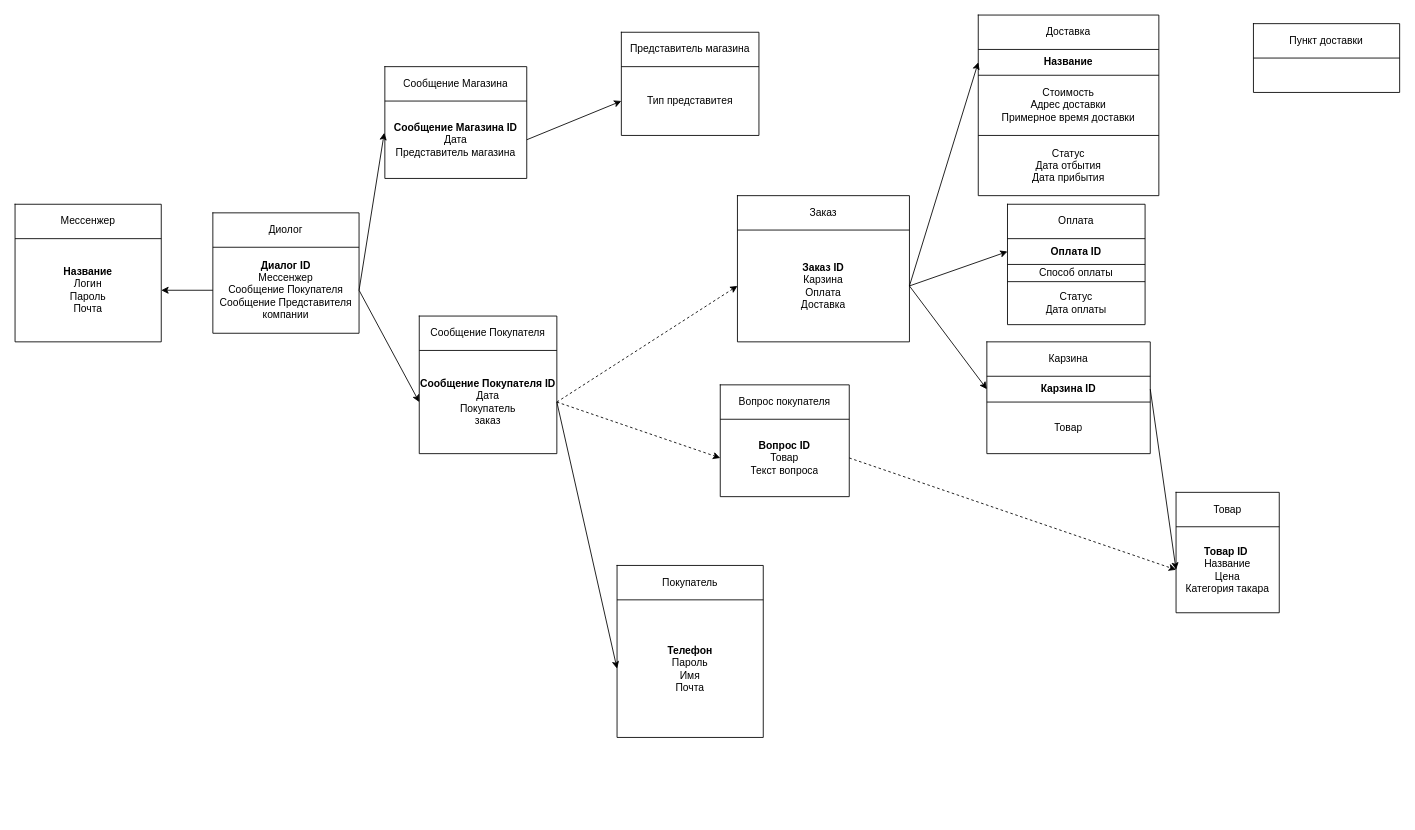
Above: Untitled Diagram.drawio in HegelPro/db-diagram (draw.io), before the change. Source tidied: cells renumbered, new cells numbered last; positions are measured from the earlier drawing's top-left corner, leaving out a move shared by most shapes. Both pictures are drawn from the tidied source at 86%, with x=0, y=0 at pixel (15, 15).
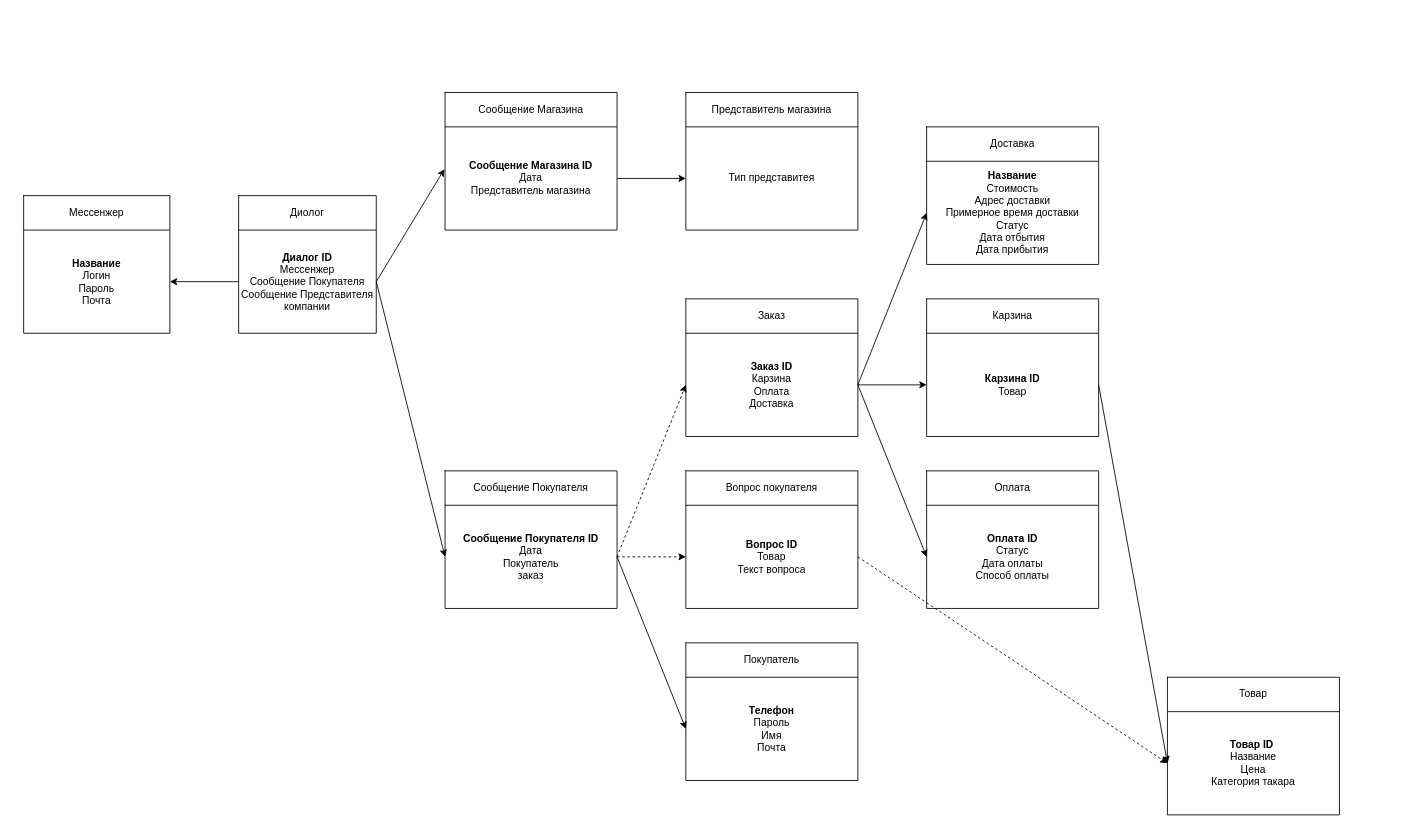
Above is the later version.

Change to the diagram source:
```diff
@@
     <mxCell id="3" style="shape=table;html=1;whiteSpace=wrap;startSize=0;childLayout=tableLayout;swimlaneFillColor=none;" parent="1" vertex="1">
-      <mxGeometry x="700" y="640" width="170" height="200" as="geometry" />
+      <mxGeometry x="780" y="730" width="200" height="160" as="geometry" />
     </mxCell>
     <mxCell id="4" style="shape=partialRectangle;html=1;whiteSpace=wrap;fillColor=none;top=0;left=0;bottom=0;right=0;" parent="3" vertex="1">
-      <mxGeometry width="170" height="40" as="geometry" />
+      <mxGeometry width="200" height="40" as="geometry" />
     </mxCell>
     <mxCell id="5" value="Покупатель" style="shape=partialRectangle;html=1;whiteSpace=wrap;overflow=hidden;fillColor=none;top=0;left=0;bottom=0;right=0;" parent="4" vertex="1">
-      <mxGeometry width="170" height="40" as="geometry" />
+      <mxGeometry width="200" height="40" as="geometry" />
     </mxCell>
     <mxCell id="6" style="shape=partialRectangle;html=1;whiteSpace=wrap;fillColor=none;top=0;left=0;bottom=0;right=0;points=[[0,0.5],[1,0.5]];portConstraint=eastwest;" parent="3" vertex="1">
-      <mxGeometry y="40" width="170" height="160" as="geometry" />
+      <mxGeometry y="40" width="200" height="120" as="geometry" />
     </mxCell>
     <mxCell id="7" value="&lt;span&gt;&lt;b&gt;Телефон&lt;/b&gt;&lt;br&gt;Пароль&lt;br&gt;Имя&lt;br&gt;Почта&lt;/span&gt;" style="shape=partialRectangle;html=1;whiteSpace=wrap;overflow=hidden;fillColor=none;top=0;left=0;bottom=0;right=0;" parent="6" vertex="1">
-      <mxGeometry width="170" height="160" as="geometry" />
+      <mxGeometry width="200" height="120" as="geometry" />
     </mxCell>
     <mxCell id="8" style="shape=table;html=1;whiteSpace=wrap;startSize=0;childLayout=tableLayout;" parent="1" vertex="1">
-      <mxGeometry x="470" y="350" width="160" height="160" as="geometry" />
+      <mxGeometry x="500" y="530" width="200" height="160" as="geometry" />
     </mxCell>
     <mxCell id="9" style="shape=partialRectangle;html=1;whiteSpace=wrap;fillColor=none;top=0;left=0;bottom=0;right=0;" parent="8" vertex="1">
-      <mxGeometry width="160" height="40" as="geometry" />
+      <mxGeometry width="200" height="40" as="geometry" />
     </mxCell>
     <mxCell id="10" value="Сообщение Покупателя" style="shape=partialRectangle;html=1;whiteSpace=wrap;overflow=hidden;fillColor=none;top=0;left=0;bottom=0;right=0;" parent="9" vertex="1">
-      <mxGeometry width="160" height="40" as="geometry" />
+      <mxGeometry width="200" height="40" as="geometry" />
     </mxCell>
     <mxCell id="11" style="shape=partialRectangle;html=1;whiteSpace=wrap;fillColor=none;top=0;left=0;bottom=0;right=0;points=[[0,0.5],[1,0.5]];portConstraint=eastwest;" parent="8" vertex="1">
-      <mxGeometry y="40" width="160" height="120" as="geometry" />
+      <mxGeometry y="40" width="200" height="120" as="geometry" />
     </mxCell>
     <mxCell id="12" value="&lt;b&gt;Сообщение Покупателя ID&lt;/b&gt;&lt;br&gt;Дата&lt;br&gt;Покупатель&lt;br&gt;заказ" style="shape=partialRectangle;html=1;whiteSpace=wrap;overflow=hidden;fillColor=none;top=0;left=0;bottom=0;right=0;" parent="11" vertex="1">
-      <mxGeometry width="160" height="120" as="geometry" />
+      <mxGeometry width="200" height="120" as="geometry" />
     </mxCell>
     <mxCell id="13" style="shape=table;html=1;whiteSpace=wrap;startSize=0;childLayout=tableLayout;" parent="1" vertex="1">
-      <mxGeometry x="230" y="230" width="170" height="140" as="geometry" />
+      <mxGeometry x="260" y="210" width="160" height="160" as="geometry" />
     </mxCell>
     <mxCell id="14" style="shape=partialRectangle;html=1;whiteSpace=wrap;fillColor=none;top=0;left=0;bottom=0;right=0;" parent="13" vertex="1">
-      <mxGeometry width="170" height="40" as="geometry" />
+      <mxGeometry width="160" height="40" as="geometry" />
     </mxCell>
     <mxCell id="15" value="Диолог" style="shape=partialRectangle;html=1;whiteSpace=wrap;overflow=hidden;fillColor=none;top=0;left=0;bottom=0;right=0;" parent="14" vertex="1">
-      <mxGeometry width="170" height="40" as="geometry" />
+      <mxGeometry width="160" height="40" as="geometry" />
     </mxCell>
     <mxCell id="16" style="shape=partialRectangle;html=1;whiteSpace=wrap;fillColor=none;top=0;left=0;bottom=0;right=0;points=[[0,0.5],[1,0.5]];portConstraint=eastwest;" parent="13" vertex="1">
-      <mxGeometry y="40" width="170" height="100" as="geometry" />
+      <mxGeometry y="40" width="160" height="120" as="geometry" />
     </mxCell>
     <mxCell id="17" value="&lt;b&gt;Диалог ID&lt;br&gt;&lt;/b&gt;Мессенжер&lt;br&gt;Сообщение Покупателя&lt;br&gt;Сообщение Представителя компании" style="shape=partialRectangle;html=1;whiteSpace=wrap;overflow=hidden;fillColor=none;top=0;left=0;bottom=0;right=0;" parent="16" vertex="1">
-      <mxGeometry width="170" height="100" as="geometry" />
+      <mxGeometry width="160" height="120" as="geometry" />
     </mxCell>
     <mxCell id="18" style="shape=table;html=1;whiteSpace=wrap;startSize=0;childLayout=tableLayout;" parent="1" vertex="1">
-      <mxGeometry x="1350" y="555" width="120" height="140" as="geometry" />
+      <mxGeometry x="1340" y="770" width="200" height="160" as="geometry" />
     </mxCell>
     <mxCell id="19" style="shape=partialRectangle;html=1;whiteSpace=wrap;fillColor=none;top=0;left=0;bottom=0;right=0;" parent="18" vertex="1">
-      <mxGeometry width="120" height="40" as="geometry" />
+      <mxGeometry width="200" height="40" as="geometry" />
     </mxCell>
     <mxCell id="20" value="Товар" style="shape=partialRectangle;html=1;whiteSpace=wrap;overflow=hidden;fillColor=none;top=0;left=0;bottom=0;right=0;" parent="19" vertex="1">
-      <mxGeometry width="120" height="40" as="geometry" />
+      <mxGeometry width="200" height="40" as="geometry" />
     </mxCell>
     <mxCell id="21" style="shape=partialRectangle;html=1;whiteSpace=wrap;fillColor=none;top=0;left=0;bottom=0;right=0;points=[[0,0.5],[1,0.5]];portConstraint=eastwest;" parent="18" vertex="1">
-      <mxGeometry y="40" width="120" height="100" as="geometry" />
+      <mxGeometry y="40" width="200" height="120" as="geometry" />
     </mxCell>
     <mxCell id="22" value="&lt;b&gt;Товар ID&lt;/b&gt;&amp;nbsp;&lt;br&gt;Название&lt;br&gt;Цена&lt;br&gt;Категория такара" style="shape=partialRectangle;html=1;whiteSpace=wrap;overflow=hidden;fillColor=none;top=0;left=0;bottom=0;right=0;" parent="21" vertex="1">
-      <mxGeometry width="120" height="100" as="geometry" />
+      <mxGeometry width="200" height="120" as="geometry" />
     </mxCell>
     <mxCell id="23" style="shape=table;html=1;whiteSpace=wrap;startSize=0;childLayout=tableLayout;" parent="1" vertex="1">
-      <mxGeometry x="1130" y="380" width="190" height="130" as="geometry" />
+      <mxGeometry x="1060" y="330" width="200" height="160" as="geometry" />
     </mxCell>
     <mxCell id="24" style="shape=partialRectangle;html=1;whiteSpace=wrap;fillColor=none;top=0;left=0;bottom=0;right=0;" parent="23" vertex="1">
-      <mxGeometry width="190" height="40" as="geometry" />
+      <mxGeometry width="200" height="40" as="geometry" />
     </mxCell>
     <mxCell id="25" value="Карзина" style="shape=partialRectangle;html=1;whiteSpace=wrap;overflow=hidden;fillColor=none;top=0;left=0;bottom=0;right=0;" parent="24" vertex="1">
-      <mxGeometry width="190" height="40" as="geometry" />
+      <mxGeometry width="200" height="40" as="geometry" />
     </mxCell>
     <mxCell id="26" style="shape=partialRectangle;html=1;whiteSpace=wrap;fillColor=none;top=0;left=0;bottom=0;right=0;points=[[0,0.5],[1,0.5]];portConstraint=eastwest;" parent="23" vertex="1">
-      <mxGeometry y="40" width="190" height="30" as="geometry" />
+      <mxGeometry y="40" width="200" height="120" as="geometry" />
     </mxCell>
-    <mxCell id="27" value="&lt;b&gt;Карзина ID&lt;/b&gt;" style="shape=partialRectangle;html=1;whiteSpace=wrap;overflow=hidden;fillColor=none;top=0;left=0;bottom=0;right=0;" parent="26" vertex="1">
-      <mxGeometry width="190" height="30" as="geometry" />
+    <mxCell id="27" value="&lt;b&gt;Карзина ID&lt;br&gt;&lt;/b&gt;Товар&lt;b&gt;&lt;br&gt;&lt;/b&gt;" style="shape=partialRectangle;html=1;whiteSpace=wrap;overflow=hidden;fillColor=none;top=0;left=0;bottom=0;right=0;" parent="26" vertex="1">
+      <mxGeometry width="200" height="120" as="geometry" />
     </mxCell>
-    <mxCell id="28" style="shape=partialRectangle;html=1;whiteSpace=wrap;fillColor=none;top=0;left=0;bottom=0;right=0;" parent="23" vertex="1">
-      <mxGeometry y="70" width="190" height="60" as="geometry" />
-    </mxCell>
-    <mxCell id="29" value="Товар" style="shape=partialRectangle;html=1;whiteSpace=wrap;overflow=hidden;fillColor=none;top=0;left=0;bottom=0;right=0;" parent="28" vertex="1">
-      <mxGeometry width="190" height="60" as="geometry" />
-    </mxCell>
     <mxCell id="30" style="shape=table;html=1;whiteSpace=wrap;startSize=0;childLayout=tableLayout;" parent="1" vertex="1">
-      <mxGeometry x="840" y="210" width="200" height="170" as="geometry" />
+      <mxGeometry x="780" y="330" width="200" height="160" as="geometry" />
     </mxCell>
@@
     <mxCell id="33" style="shape=partialRectangle;html=1;whiteSpace=wrap;fillColor=none;top=0;left=0;bottom=0;right=0;points=[[0,0.5],[1,0.5]];portConstraint=eastwest;" parent="30" vertex="1">
-      <mxGeometry y="40" width="200" height="130" as="geometry" />
+      <mxGeometry y="40" width="200" height="120" as="geometry" />
     </mxCell>
     <mxCell id="34" value="&lt;b&gt;Заказ ID&lt;/b&gt;&lt;br&gt;Карзина&lt;br&gt;Оплата&lt;br&gt;Доставка" style="shape=partialRectangle;html=1;whiteSpace=wrap;overflow=hidden;fillColor=none;top=0;left=0;bottom=0;right=0;" parent="33" vertex="1">
-      <mxGeometry width="200" height="130" as="geometry" />
+      <mxGeometry width="200" height="120" as="geometry" />
     </mxCell>
     <mxCell id="35" style="shape=table;html=1;whiteSpace=wrap;startSize=0;childLayout=tableLayout;" parent="1" vertex="1">
-      <mxGeometry x="705" y="20" width="160" height="120" as="geometry" />
+      <mxGeometry x="780" y="90" width="200" height="160" as="geometry" />
     </mxCell>
     <mxCell id="36" style="shape=partialRectangle;html=1;whiteSpace=wrap;fillColor=none;top=0;left=0;bottom=0;right=0;" parent="35" vertex="1">
-      <mxGeometry width="160" height="40" as="geometry" />
+      <mxGeometry width="200" height="40" as="geometry" />
     </mxCell>
     <mxCell id="37" value="Представитель магазина" style="shape=partialRectangle;html=1;whiteSpace=wrap;overflow=hidden;fillColor=none;top=0;left=0;bottom=0;right=0;" parent="36" vertex="1">
-      <mxGeometry width="160" height="40" as="geometry" />
+      <mxGeometry width="200" height="40" as="geometry" />
     </mxCell>
     <mxCell id="38" style="shape=partialRectangle;html=1;whiteSpace=wrap;fillColor=none;top=0;left=0;bottom=0;right=0;points=[[0,0.5],[1,0.5]];portConstraint=eastwest;" parent="35" vertex="1">
-      <mxGeometry y="40" width="160" height="80" as="geometry" />
+      <mxGeometry y="40" width="200" height="120" as="geometry" />
     </mxCell>
     <mxCell id="39" value="Тип представитея" style="shape=partialRectangle;html=1;whiteSpace=wrap;overflow=hidden;fillColor=none;top=0;left=0;bottom=0;right=0;" parent="38" vertex="1">
-      <mxGeometry width="160" height="80" as="geometry" />
+      <mxGeometry width="200" height="120" as="geometry" />
     </mxCell>
     <mxCell id="40" style="shape=table;html=1;whiteSpace=wrap;startSize=0;childLayout=tableLayout;shadow=0;" parent="1" vertex="1">
-      <mxGeometry x="430" y="60" width="165" height="130" as="geometry" />
+      <mxGeometry x="500" y="90" width="200" height="160" as="geometry" />
     </mxCell>
     <mxCell id="41" style="shape=partialRectangle;html=1;whiteSpace=wrap;fillColor=none;top=0;left=0;bottom=0;right=0;points=[[0,0.5],[1,0.5]];portConstraint=eastwest;" parent="40" vertex="1">
-      <mxGeometry width="165" height="40" as="geometry" />
+      <mxGeometry width="200" height="40" as="geometry" />
     </mxCell>
     <mxCell id="42" value="Сообщение Магазина" style="shape=partialRectangle;html=1;whiteSpace=wrap;overflow=hidden;fillColor=none;top=0;left=0;bottom=0;right=0;" parent="41" vertex="1">
-      <mxGeometry width="165" height="40" as="geometry" />
+      <mxGeometry width="200" height="40" as="geometry" />
     </mxCell>
@@
     <mxCell id="44" style="shape=partialRectangle;html=1;whiteSpace=wrap;fillColor=none;top=0;left=0;bottom=0;right=0;points=[[0,0.5],[1,0.5]];portConstraint=eastwest;" parent="40" vertex="1">
-      <mxGeometry y="40" width="165" height="90" as="geometry" />
+      <mxGeometry y="40" width="200" height="120" as="geometry" />
     </mxCell>
     <mxCell id="45" value="&lt;b&gt;Сообщение Магазина ID&lt;/b&gt;&lt;br&gt;Дата&lt;br&gt;Представитель магазина" style="shape=partialRectangle;html=1;whiteSpace=wrap;overflow=hidden;fillColor=none;top=0;left=0;bottom=0;right=0;" parent="44" vertex="1">
-      <mxGeometry width="165" height="90" as="geometry" />
+      <mxGeometry width="200" height="120" as="geometry" />
     </mxCell>
@@
     <mxCell id="52" style="shape=table;html=1;whiteSpace=wrap;startSize=0;childLayout=tableLayout;" parent="1" vertex="1">
-      <mxGeometry x="1120" width="210" height="210" as="geometry" />
+      <mxGeometry x="1060" y="130" width="200" height="160" as="geometry" />
     </mxCell>
     <mxCell id="53" style="shape=partialRectangle;html=1;whiteSpace=wrap;fillColor=none;top=0;left=0;bottom=0;right=0;" parent="52" vertex="1">
-      <mxGeometry width="210" height="40" as="geometry" />
+      <mxGeometry width="200" height="40" as="geometry" />
     </mxCell>
     <mxCell id="54" value="Доставка" style="shape=partialRectangle;html=1;whiteSpace=wrap;overflow=hidden;fillColor=none;top=0;left=0;bottom=0;right=0;" parent="53" vertex="1">
-      <mxGeometry width="210" height="40" as="geometry" />
+      <mxGeometry width="200" height="40" as="geometry" />
     </mxCell>
     <mxCell id="55" style="shape=partialRectangle;html=1;whiteSpace=wrap;fillColor=none;top=0;left=0;bottom=0;right=0;points=[[0,0.5],[1,0.5]];portConstraint=eastwest;" parent="52" vertex="1">
-      <mxGeometry y="40" width="210" height="30" as="geometry" />
+      <mxGeometry y="40" width="200" height="120" as="geometry" />
     </mxCell>
-    <mxCell id="56" value="&lt;b&gt;Название&lt;/b&gt;" style="shape=partialRectangle;html=1;whiteSpace=wrap;overflow=hidden;fillColor=none;top=0;left=0;bottom=0;right=0;" parent="55" vertex="1">
-      <mxGeometry width="210" height="30" as="geometry" />
+    <mxCell id="56" value="&lt;b&gt;Название&lt;br&gt;&lt;/b&gt;Стоимость&lt;br&gt;Адрес доставки&lt;br&gt;Примерное время доставки&lt;br&gt;Статус&lt;br&gt;Дата отбытия&lt;br&gt;Дата прибытия&lt;b&gt;&lt;br&gt;&lt;/b&gt;" style="shape=partialRectangle;html=1;whiteSpace=wrap;overflow=hidden;fillColor=none;top=0;left=0;bottom=0;right=0;" parent="55" vertex="1">
+      <mxGeometry width="200" height="120" as="geometry" />
     </mxCell>
-    <mxCell id="57" style="shape=partialRectangle;html=1;whiteSpace=wrap;fillColor=none;top=0;left=0;bottom=0;right=0;" parent="52" vertex="1">
-      <mxGeometry y="70" width="210" height="70" as="geometry" />
-    </mxCell>
-    <mxCell id="58" value="&lt;span&gt;Стоимость&lt;/span&gt;&lt;br&gt;&lt;span&gt;Адрес доставки&lt;/span&gt;&lt;br&gt;&lt;span&gt;Примерное время доставки&lt;/span&gt;" style="shape=partialRectangle;html=1;whiteSpace=wrap;overflow=hidden;fillColor=none;top=0;left=0;bottom=0;right=0;" parent="57" vertex="1">
-      <mxGeometry width="210" height="70" as="geometry" />
-    </mxCell>
-    <mxCell id="59" style="shape=partialRectangle;html=1;whiteSpace=wrap;fillColor=none;top=0;left=0;bottom=0;right=0;" parent="52" vertex="1">
-      <mxGeometry y="140" width="210" height="70" as="geometry" />
-    </mxCell>
-    <mxCell id="60" value="&lt;span&gt;Статус&lt;/span&gt;&lt;br&gt;&lt;span&gt;Дата отбытия&lt;/span&gt;&lt;br&gt;&lt;span&gt;Дата прибытия&lt;/span&gt;" style="shape=partialRectangle;html=1;whiteSpace=wrap;overflow=hidden;fillColor=none;top=0;left=0;bottom=0;right=0;" parent="59" vertex="1">
-      <mxGeometry width="210" height="70" as="geometry" />
-    </mxCell>
     <mxCell id="61" style="shape=table;html=1;whiteSpace=wrap;startSize=0;childLayout=tableLayout;" parent="1" vertex="1">
-      <mxGeometry x="1154" y="220" width="160" height="140" as="geometry" />
+      <mxGeometry x="1060" y="530" width="200" height="160" as="geometry" />
     </mxCell>
     <mxCell id="62" style="shape=partialRectangle;html=1;whiteSpace=wrap;fillColor=none;top=0;left=0;bottom=0;right=0;" parent="61" vertex="1">
-      <mxGeometry width="160" height="40" as="geometry" />
+      <mxGeometry width="200" height="40" as="geometry" />
     </mxCell>
     <mxCell id="63" value="Оплата" style="shape=partialRectangle;html=1;whiteSpace=wrap;overflow=hidden;fillColor=none;top=0;left=0;bottom=0;right=0;" parent="62" vertex="1">
-      <mxGeometry width="160" height="40" as="geometry" />
+      <mxGeometry width="200" height="40" as="geometry" />
     </mxCell>
     <mxCell id="64" style="shape=partialRectangle;html=1;whiteSpace=wrap;fillColor=none;top=0;left=0;bottom=0;right=0;points=[[0,0.5],[1,0.5]];portConstraint=eastwest;" parent="61" vertex="1">
-      <mxGeometry y="40" width="160" height="30" as="geometry" />
+      <mxGeometry y="40" width="200" height="120" as="geometry" />
     </mxCell>
-    <mxCell id="65" value="&lt;b&gt;Оплата ID&lt;/b&gt;" style="shape=partialRectangle;html=1;whiteSpace=wrap;overflow=hidden;fillColor=none;top=0;left=0;bottom=0;right=0;" parent="64" vertex="1">
-      <mxGeometry width="160" height="30" as="geometry" />
+    <mxCell id="65" value="&lt;b&gt;Оплата ID&lt;br&gt;&lt;/b&gt;Статус&lt;br&gt;Дата оплаты&lt;br&gt;Способ оплаты&lt;b&gt;&lt;br&gt;&lt;/b&gt;" style="shape=partialRectangle;html=1;whiteSpace=wrap;overflow=hidden;fillColor=none;top=0;left=0;bottom=0;right=0;" parent="64" vertex="1">
+      <mxGeometry width="200" height="120" as="geometry" />
     </mxCell>
-    <mxCell id="66" style="shape=partialRectangle;html=1;whiteSpace=wrap;fillColor=none;top=0;left=0;bottom=0;right=0;" parent="61" vertex="1">
-      <mxGeometry y="70" width="160" height="20" as="geometry" />
-    </mxCell>
-    <mxCell id="67" value="Способ оплаты" style="shape=partialRectangle;html=1;whiteSpace=wrap;overflow=hidden;fillColor=none;top=0;left=0;bottom=0;right=0;" parent="66" vertex="1">
-      <mxGeometry width="160" height="20" as="geometry" />
-    </mxCell>
-    <mxCell id="68" style="shape=partialRectangle;html=1;whiteSpace=wrap;fillColor=none;top=0;left=0;bottom=0;right=0;" parent="61" vertex="1">
-      <mxGeometry y="90" width="160" height="50" as="geometry" />
-    </mxCell>
-    <mxCell id="69" value="Статус&lt;br&gt;Дата оплаты" style="shape=partialRectangle;html=1;whiteSpace=wrap;overflow=hidden;fillColor=none;top=0;left=0;bottom=0;right=0;" parent="68" vertex="1">
-      <mxGeometry width="160" height="50" as="geometry" />
-    </mxCell>
@@
     <mxCell id="72" style="shape=table;html=1;whiteSpace=wrap;startSize=0;childLayout=tableLayout;" parent="1" vertex="1">
-      <mxGeometry y="220" width="170" height="160" as="geometry" />
+      <mxGeometry x="10" y="210" width="170" height="160" as="geometry" />
     </mxCell>
@@
     <mxCell id="78" style="shape=table;html=1;whiteSpace=wrap;startSize=0;childLayout=tableLayout;" parent="1" vertex="1">
-      <mxGeometry x="820" y="430" width="150" height="130" as="geometry" />
+      <mxGeometry x="780" y="530" width="200" height="160" as="geometry" />
     </mxCell>
     <mxCell id="79" style="shape=partialRectangle;html=1;whiteSpace=wrap;fillColor=none;top=0;left=0;bottom=0;right=0;" parent="78" vertex="1">
-      <mxGeometry width="150" height="40" as="geometry" />
+      <mxGeometry width="200" height="40" as="geometry" />
     </mxCell>
     <mxCell id="80" value="Вопрос покупателя" style="shape=partialRectangle;html=1;whiteSpace=wrap;overflow=hidden;fillColor=none;top=0;left=0;bottom=0;right=0;" parent="79" vertex="1">
-      <mxGeometry width="150" height="40" as="geometry" />
+      <mxGeometry width="200" height="40" as="geometry" />
     </mxCell>
     <mxCell id="81" style="shape=partialRectangle;html=1;whiteSpace=wrap;fillColor=none;top=0;left=0;bottom=0;right=0;points=[[0,0.5],[1,0.5]];portConstraint=eastwest;" parent="78" vertex="1">
-      <mxGeometry y="40" width="150" height="90" as="geometry" />
+      <mxGeometry y="40" width="200" height="120" as="geometry" />
     </mxCell>
     <mxCell id="82" value="&lt;b&gt;Вопрос ID&lt;/b&gt;&lt;br&gt;Товар&lt;br&gt;Текст вопроса" style="shape=partialRectangle;html=1;whiteSpace=wrap;overflow=hidden;fillColor=none;top=0;left=0;bottom=0;right=0;" parent="81" vertex="1">
-      <mxGeometry width="150" height="90" as="geometry" />
+      <mxGeometry width="200" height="120" as="geometry" />
     </mxCell>
@@
-    <mxCell id="86" style="shape=table;html=1;whiteSpace=wrap;startSize=0;childLayout=tableLayout;" parent="1" vertex="1">
-      <mxGeometry x="1440" y="10" width="170" height="80" as="geometry" />
-    </mxCell>
-    <mxCell id="87" style="shape=partialRectangle;html=1;whiteSpace=wrap;fillColor=none;top=0;left=0;bottom=0;right=0;" parent="86" vertex="1">
-      <mxGeometry width="170" height="40" as="geometry" />
-    </mxCell>
-    <mxCell id="88" value="Пункт доставки" style="shape=partialRectangle;html=1;whiteSpace=wrap;overflow=hidden;fillColor=none;top=0;left=0;bottom=0;right=0;" parent="87" vertex="1">
-      <mxGeometry width="170" height="40" as="geometry" />
-    </mxCell>
-    <mxCell id="89" style="shape=partialRectangle;html=1;whiteSpace=wrap;fillColor=none;top=0;left=0;bottom=0;right=0;" parent="86" vertex="1">
-      <mxGeometry y="40" width="170" height="40" as="geometry" />
-    </mxCell>
-    <mxCell id="90" style="shape=partialRectangle;html=1;whiteSpace=wrap;overflow=hidden;fillColor=none;top=0;left=0;bottom=0;right=0;" parent="89" vertex="1">
-      <mxGeometry width="170" height="40" as="geometry" />
-    </mxCell>
```
